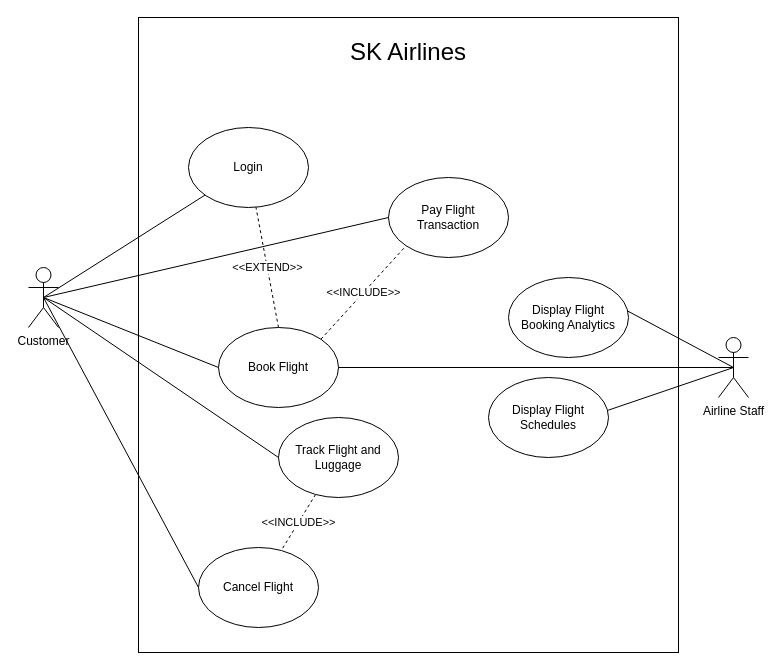
The draw.io diagram SKAirlines.drawio in monterdekeanu/monterdekeanu, before the edit. Source tidied: cells renumbered, new cells numbered last; positions are measured from the earlier drawing's top-left corner, leaving out a move shared by most shapes. Both pictures are drawn from the tidied source at 100%, with x=0, y=0 at pixel (28, 17).
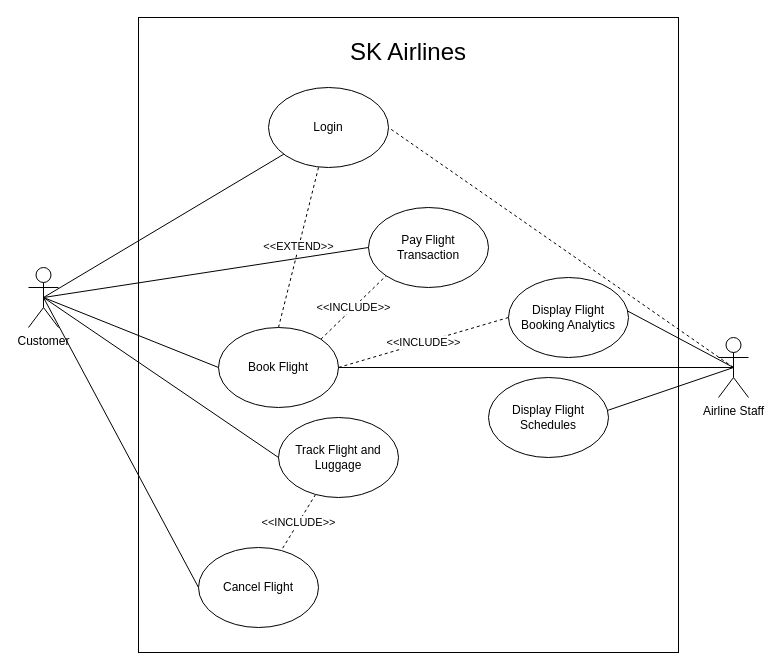
Above is the later version.

Unchanged cells that the change refers to:
```xml
<mxCell id="6" value="Book Flight" style="ellipse;whiteSpace=wrap;html=1;" parent="1" vertex="1">
  <mxGeometry x="190" y="310" width="120" height="80" as="geometry" />
</mxCell>
<mxCell id="11" value="Display Flight Booking Analytics" style="ellipse;whiteSpace=wrap;html=1;" parent="1" vertex="1">
  <mxGeometry x="480" y="260" width="120" height="80" as="geometry" />
</mxCell>
<mxCell id="22" value="Airline Staff" style="shape=umlActor;verticalLabelPosition=bottom;verticalAlign=top;html=1;outlineConnect=0;" parent="1" vertex="1">
  <mxGeometry x="690" y="320" width="30" height="60" as="geometry" />
</mxCell>
```

What changed in the source:
```diff
@@
     <mxCell id="3" value="Login" style="ellipse;whiteSpace=wrap;html=1;" parent="1" vertex="1">
-      <mxGeometry x="160" y="110" width="120" height="80" as="geometry" />
+      <mxGeometry x="240" y="70" width="120" height="80" as="geometry" />
     </mxCell>
@@
     <mxCell id="9" value="Pay Flight Transaction" style="ellipse;whiteSpace=wrap;html=1;" parent="1" vertex="1">
-      <mxGeometry x="360" y="160" width="120" height="80" as="geometry" />
+      <mxGeometry x="340" y="190" width="120" height="80" as="geometry" />
     </mxCell>
@@
+    <mxCell id="24" value="&amp;lt;&amp;lt;INCLUDE&amp;gt;&amp;gt;" style="rounded=0;jettySize=auto;html=1;exitX=0;exitY=0.5;exitDx=0;exitDy=0;entryX=1;entryY=0.5;entryDx=0;entryDy=0;endArrow=none;endFill=0;dashed=1;" parent="1" edge="1" source="11" target="6">
+      <mxGeometry relative="1" as="geometry" />
+    </mxCell>
@@
+    <mxCell id="25" style="rounded=0;jettySize=auto;html=1;exitX=0.5;exitY=0.5;exitDx=0;exitDy=0;exitPerimeter=0;entryX=1;entryY=0.5;entryDx=0;entryDy=0;endArrow=none;endFill=0;dashed=1;" parent="1" edge="1" source="22" target="3">
+      <mxGeometry relative="1" as="geometry" />
+    </mxCell>
```
